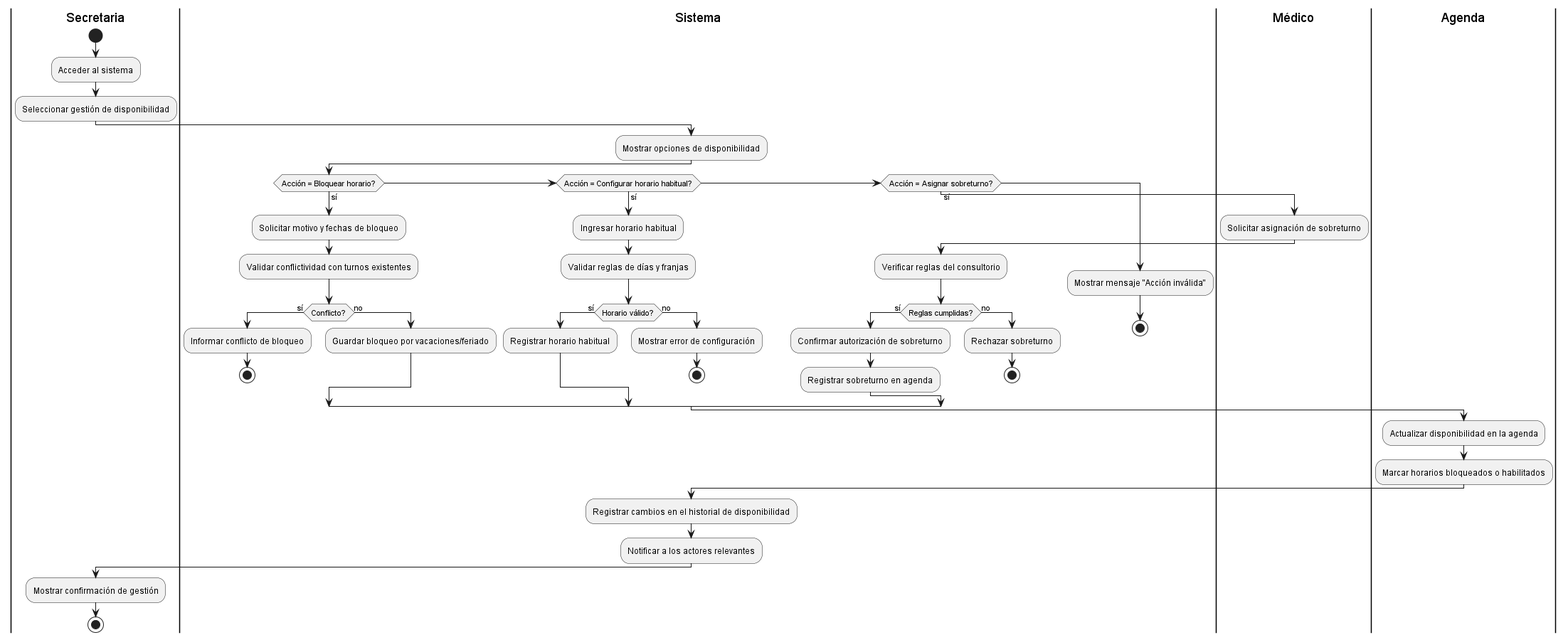
Before: diagramas/04-diagramas-actividades/04-actividad-gestionar-disponibilidad-05.png, a diagram exported from PlantUML (sofinestt/SistemaTurnosMedicos). The source it was exported from:
```plantuml
@startuml GestionarDisponibilidad

|Secretaria|
start
:Acceder al sistema;
:Seleccionar gestión de disponibilidad;

|Sistema|
:Mostrar opciones de disponibilidad;
if (Acción = Bloquear horario?) then (sí)
  :Solicitar motivo y fechas de bloqueo;
  :Validar conflictividad con turnos existentes;
  if (Conflicto?) then (sí)
    :Informar conflicto de bloqueo;
    stop
  else (no)
    :Guardar bloqueo por vacaciones/feriado;
  endif
elseif (Acción = Configurar horario habitual?) then (sí)
  :Ingresar horario habitual;
  :Validar reglas de días y franjas;
  if (Horario válido?) then (sí)
    :Registrar horario habitual;
  else (no)
    :Mostrar error de configuración;
    stop
  endif
elseif (Acción = Asignar sobreturno?) then (sí)
  |Médico|
  :Solicitar asignación de sobreturno;
  |Sistema|
  :Verificar reglas del consultorio;
  if (Reglas cumplidas?) then (sí)
    :Confirmar autorización de sobreturno;
    :Registrar sobreturno en agenda;
  else (no)
    :Rechazar sobreturno;
    stop
  endif
else
  :Mostrar mensaje "Acción inválida";
  stop
endif

|Agenda|
:Actualizar disponibilidad en la agenda;
:Marcar horarios bloqueados o habilitados;

|Sistema|
:Registrar cambios en el historial de disponibilidad;
:Notificar a los actores relevantes;

|Secretaria|
:Mostrar confirmación de gestión;
stop

@enduml
```
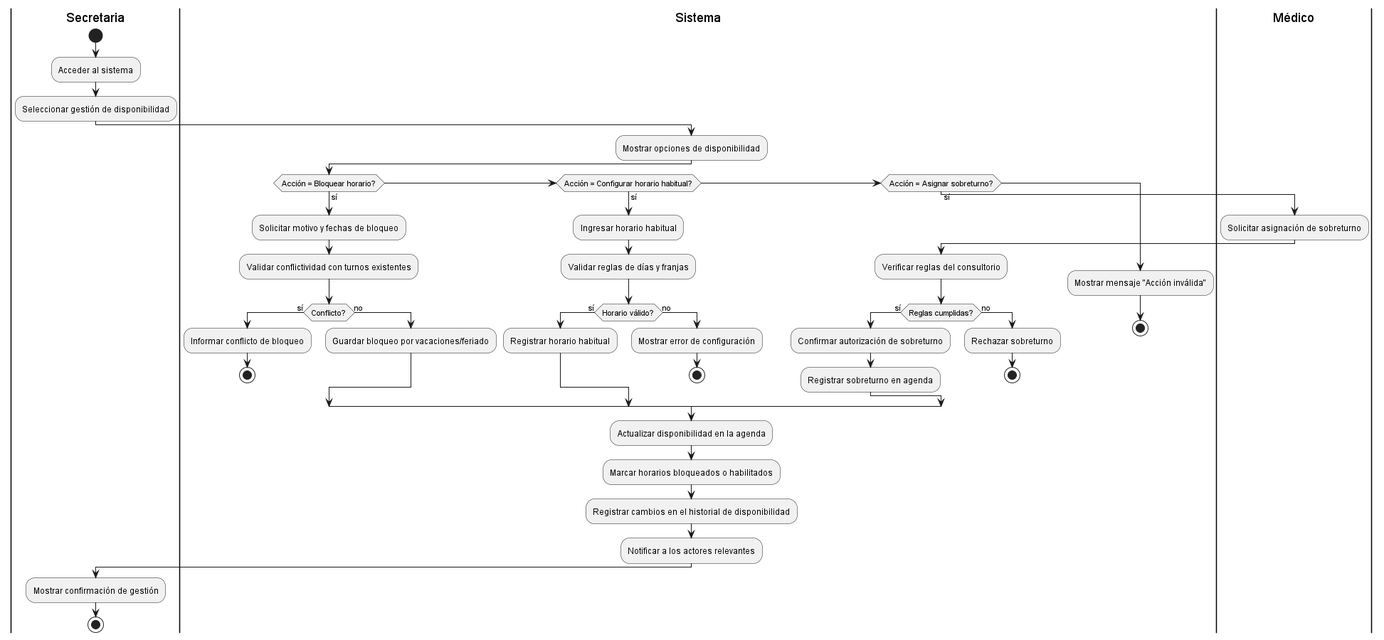
The same file after the commit.

What changed in the source:
```diff
@@ -42,7 +42,7 @@
   stop
 endif
 
-|Agenda|
+|Sistema|
 :Actualizar disponibilidad en la agenda;
 :Marcar horarios bloqueados o habilitados;
 
```
